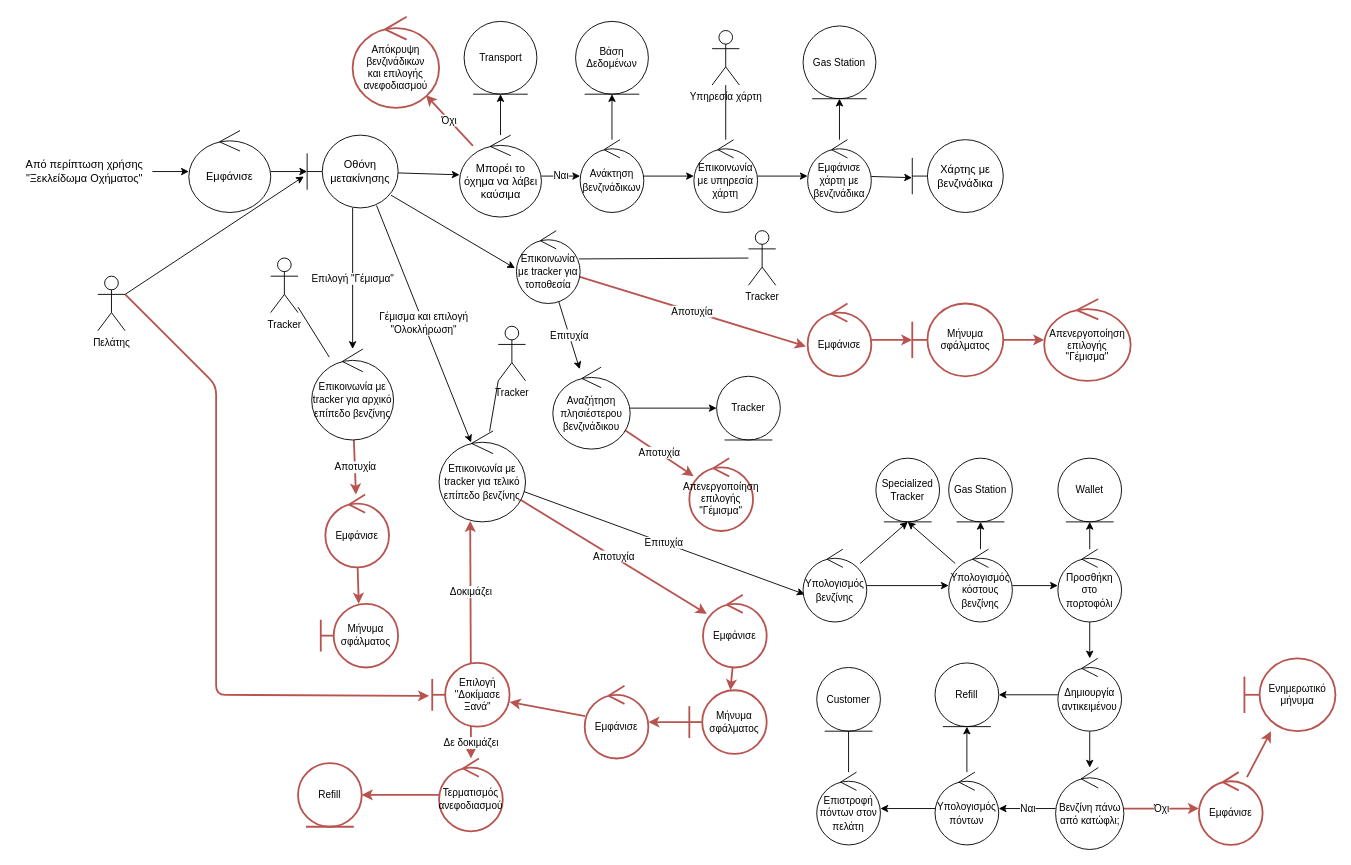
Before: Part_3/Robustness/diagrams/14_Ανεφοδιασμός_Οχήματος.drawio in Nikolis2002/texnoligia_logismikou, a draw.io diagram. Source tidied: cells renumbered, new cells numbered last; positions are measured from the earlier drawing's top-left corner, leaving out a move shared by most shapes. Both pictures are drawn from the tidied source at 91%, with x=0, y=0 at pixel (15, 16).
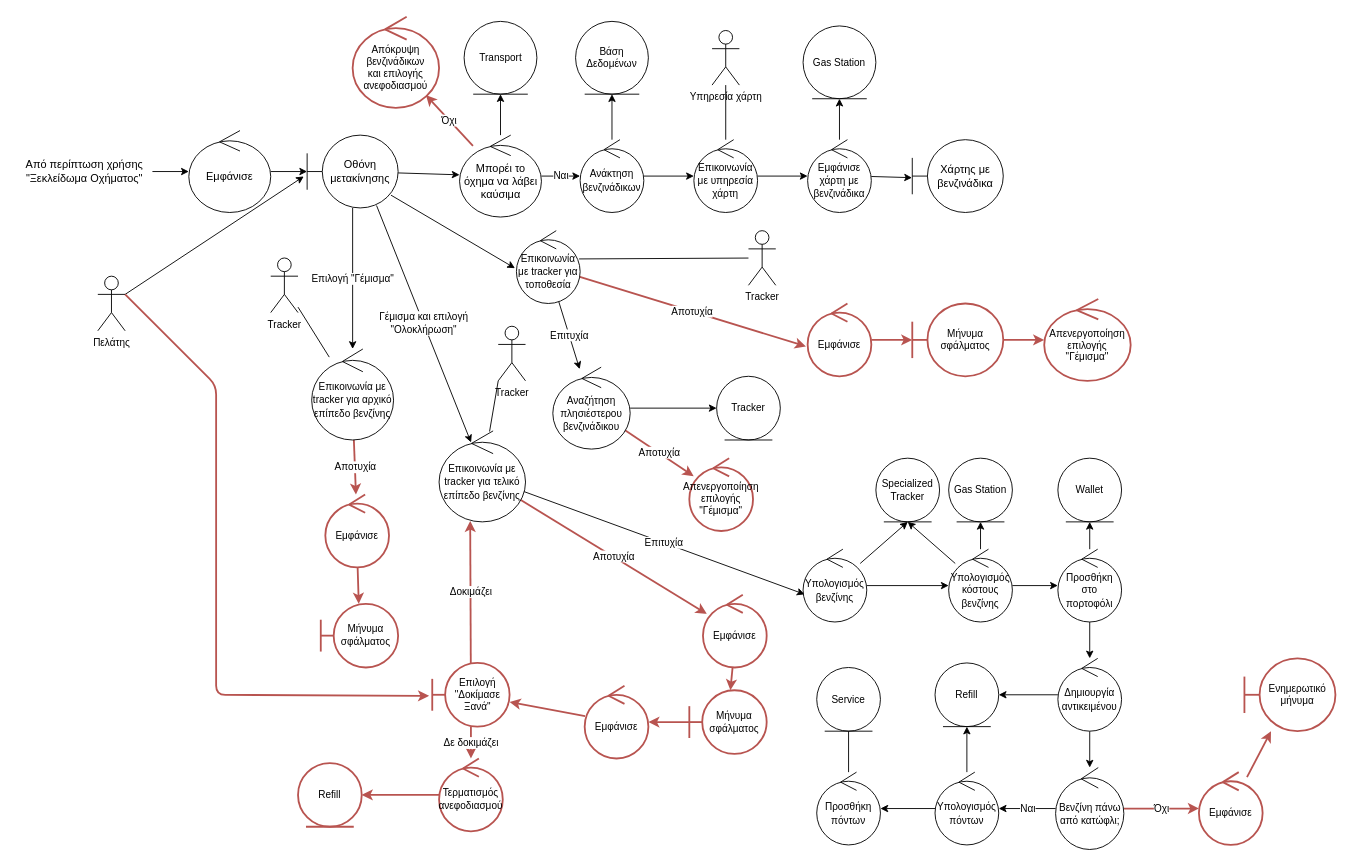
The same page after the edit.

The edit, as a diff of the source:
```diff
@@
-    <mxCell id="83" value="&lt;span style=&quot;font-size: 11px;&quot;&gt;Επιστροφή πόντων στον πελάτη&lt;/span&gt;" style="ellipse;shape=umlControl;whiteSpace=wrap;html=1;" parent="1" vertex="1">
+    <mxCell id="83" value="&lt;span style=&quot;font-size: 11px;&quot;&gt;Προσθήκη πόντων&lt;/span&gt;" style="ellipse;shape=umlControl;whiteSpace=wrap;html=1;" parent="1" vertex="1">
       <mxGeometry x="880" y="830" width="70" height="80" as="geometry" />
     </mxCell>
@@
-    <mxCell id="100" value="Customer" style="ellipse;shape=umlEntity;whiteSpace=wrap;html=1;fontSize=11;" parent="1" vertex="1">
+    <mxCell id="100" value="Service" style="ellipse;shape=umlEntity;whiteSpace=wrap;html=1;fontSize=11;" parent="1" vertex="1">
       <mxGeometry x="880" y="715" width="70" height="70" as="geometry" />
     </mxCell>
```
